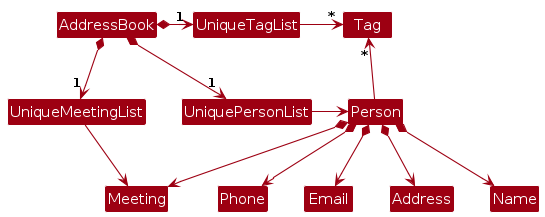
Earlier version of the PlantUML export diagrams/BetterModelClassDiagram.png (rahhulleee/tp). Its source is kept beside it as diagrams/BetterModelClassDiagram.puml.
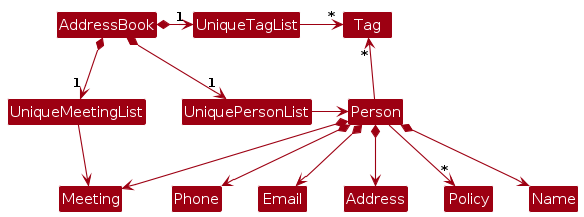
Above is the later version.

Change to the diagram source:
```diff
@@ -21,4 +21,5 @@
 Person *--> Email
 Person *--> Address
 Person *--> Meeting
+Person --> "*" Policy
 @enduml
```
